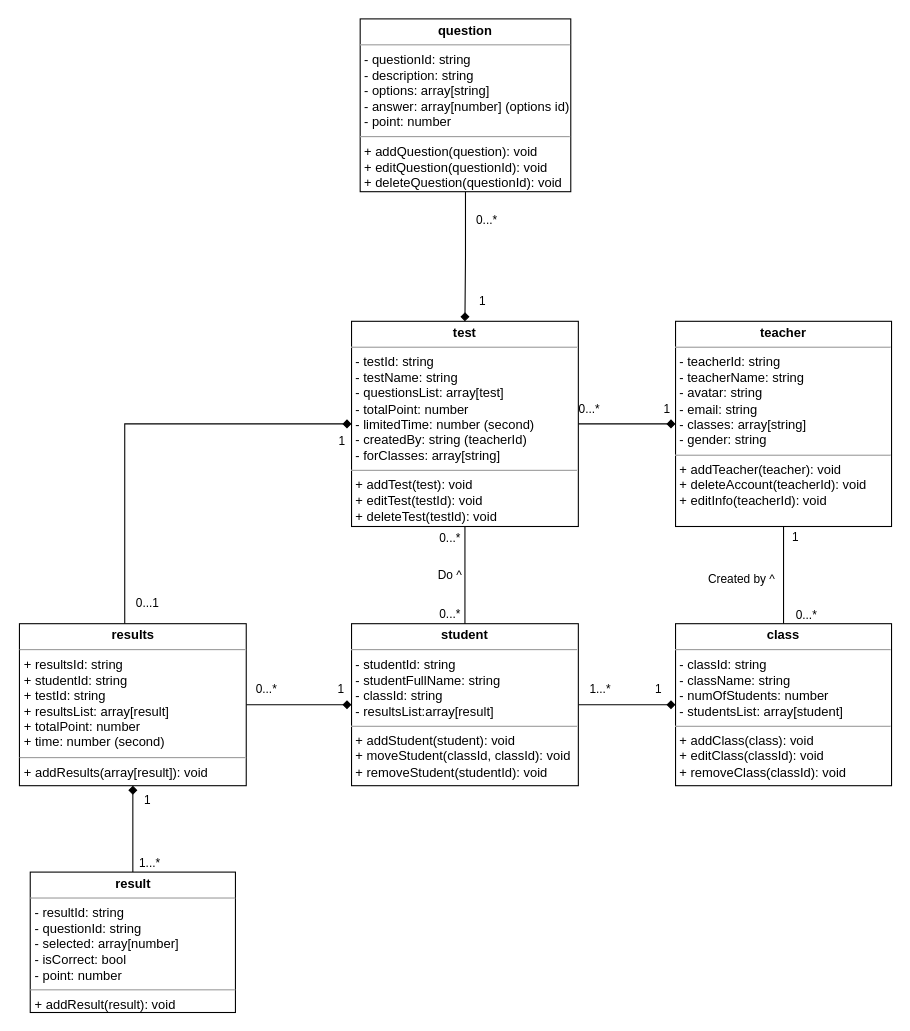
Before: Class Diagram.drawio in BuiHongChien/online-test-web-app, a draw.io diagram. Source tidied: cells renumbered, new cells numbered last; positions are measured from the earlier drawing's top-left corner, leaving out a move shared by most shapes. Both pictures are drawn from the tidied source at 108%, with x=0, y=0 at pixel (18, 18).
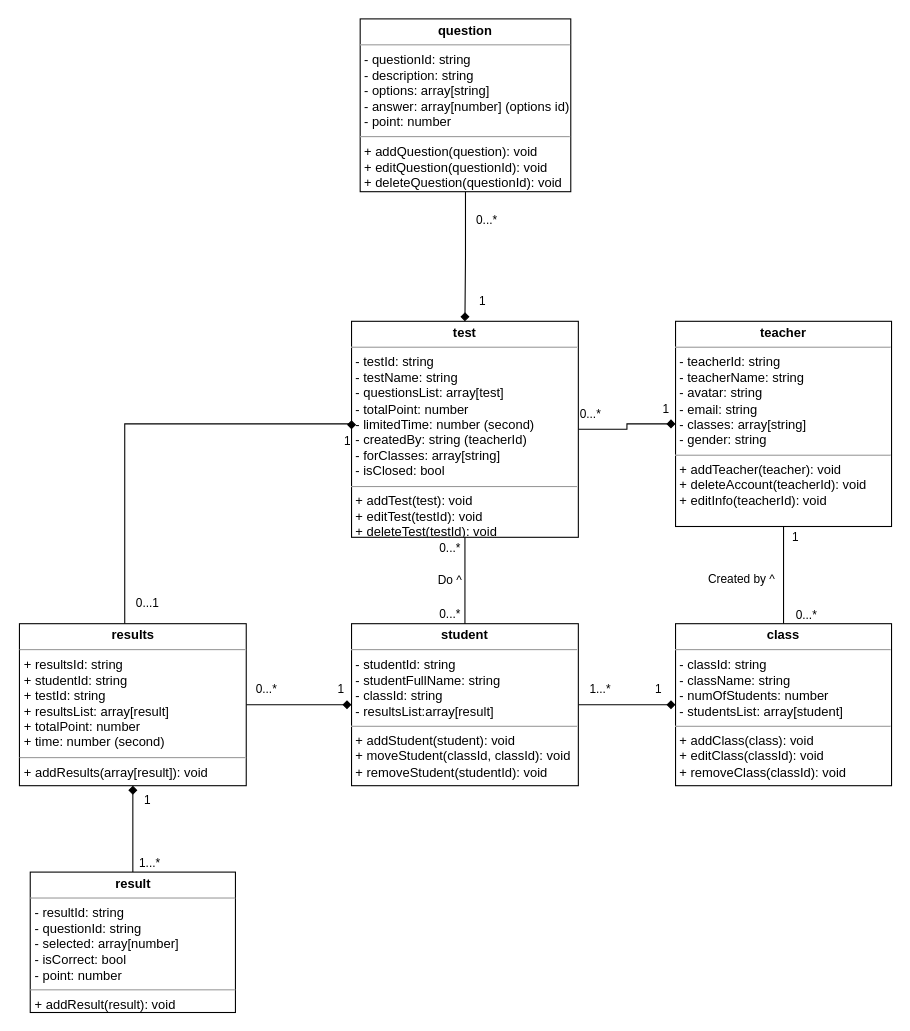
The same diagram, later.

Change to the diagram source:
```diff
@@
-    <mxCell id="19" value="&lt;p style=&quot;margin: 0px ; margin-top: 4px ; text-align: center&quot;&gt;&lt;b&gt;test&lt;/b&gt;&lt;/p&gt;&lt;hr size=&quot;1&quot;&gt;&lt;p style=&quot;margin: 0px ; margin-left: 4px&quot;&gt;- testId: string&lt;/p&gt;&lt;p style=&quot;margin: 0px ; margin-left: 4px&quot;&gt;- testName: string&lt;/p&gt;&lt;p style=&quot;margin: 0px ; margin-left: 4px&quot;&gt;- questionsList: array[test]&lt;/p&gt;&lt;p style=&quot;margin: 0px ; margin-left: 4px&quot;&gt;- totalPoint: number&lt;/p&gt;&lt;p style=&quot;margin: 0px ; margin-left: 4px&quot;&gt;- limitedTime: number (second)&lt;/p&gt;&lt;p style=&quot;margin: 0px ; margin-left: 4px&quot;&gt;- createdBy: string (teacherId)&lt;/p&gt;&lt;p style=&quot;margin: 0px ; margin-left: 4px&quot;&gt;- forClasses: array[string]&lt;/p&gt;&lt;hr size=&quot;1&quot;&gt;&lt;p style=&quot;margin: 0px 0px 0px 4px&quot;&gt;&lt;span&gt;+ addTest(test): void&lt;/span&gt;&lt;br&gt;&lt;/p&gt;&lt;p style=&quot;margin: 0px 0px 0px 4px&quot;&gt;+ editTest(testId): void&lt;/p&gt;&lt;p style=&quot;margin: 0px 0px 0px 4px&quot;&gt;+ deleteTest(testId): void&lt;/p&gt;" style="verticalAlign=top;align=left;overflow=fill;fontSize=12;fontFamily=Helvetica;html=1;" parent="1" vertex="1">
-      <mxGeometry x="308" y="280" width="210" height="190" as="geometry" />
+    <mxCell id="19" value="&lt;p style=&quot;margin: 0px ; margin-top: 4px ; text-align: center&quot;&gt;&lt;b&gt;test&lt;/b&gt;&lt;/p&gt;&lt;hr size=&quot;1&quot;&gt;&lt;p style=&quot;margin: 0px ; margin-left: 4px&quot;&gt;- testId: string&lt;/p&gt;&lt;p style=&quot;margin: 0px ; margin-left: 4px&quot;&gt;- testName: string&lt;/p&gt;&lt;p style=&quot;margin: 0px ; margin-left: 4px&quot;&gt;- questionsList: array[test]&lt;/p&gt;&lt;p style=&quot;margin: 0px ; margin-left: 4px&quot;&gt;- totalPoint: number&lt;/p&gt;&lt;p style=&quot;margin: 0px ; margin-left: 4px&quot;&gt;- limitedTime: number (second)&lt;/p&gt;&lt;p style=&quot;margin: 0px ; margin-left: 4px&quot;&gt;- createdBy: string (teacherId)&lt;/p&gt;&lt;p style=&quot;margin: 0px ; margin-left: 4px&quot;&gt;- forClasses: array[string]&lt;/p&gt;&lt;p style=&quot;margin: 0px ; margin-left: 4px&quot;&gt;- isClosed: bool&lt;/p&gt;&lt;hr size=&quot;1&quot;&gt;&lt;p style=&quot;margin: 0px 0px 0px 4px&quot;&gt;&lt;span&gt;+ addTest(test): void&lt;/span&gt;&lt;br&gt;&lt;/p&gt;&lt;p style=&quot;margin: 0px 0px 0px 4px&quot;&gt;+ editTest(testId): void&lt;/p&gt;&lt;p style=&quot;margin: 0px 0px 0px 4px&quot;&gt;+ deleteTest(testId): void&lt;/p&gt;" style="verticalAlign=top;align=left;overflow=fill;fontSize=12;fontFamily=Helvetica;html=1;" parent="1" vertex="1">
+      <mxGeometry x="308" y="280" width="210" height="200" as="geometry" />
     </mxCell>
```
